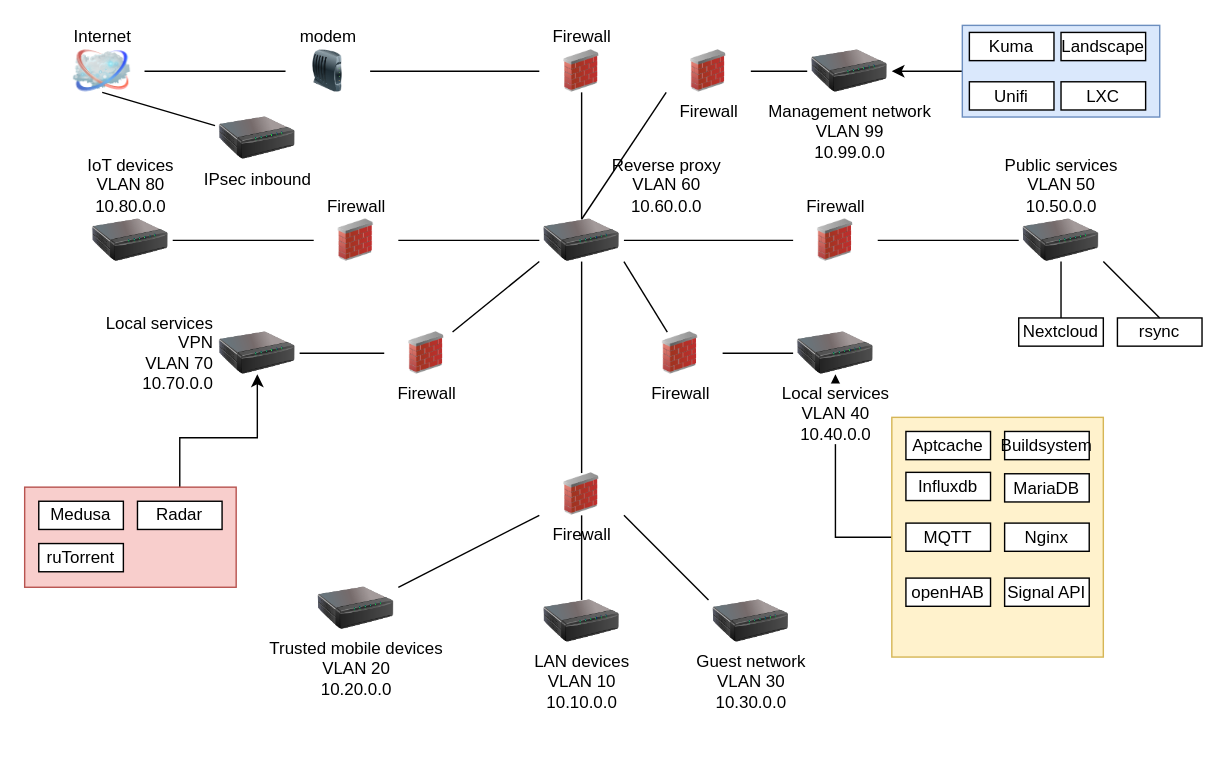
stefanheijnen/drawio keeps this draw.io diagram as 241105 network logical.drawio. Above is the earlier version. Source tidied: cells renumbered, new cells numbered last; positions are measured from the earlier drawing's top-left corner, leaving out a move shared by most shapes. Both pictures are drawn from the tidied source at 141%, with x=0, y=0 at pixel (24, 24).
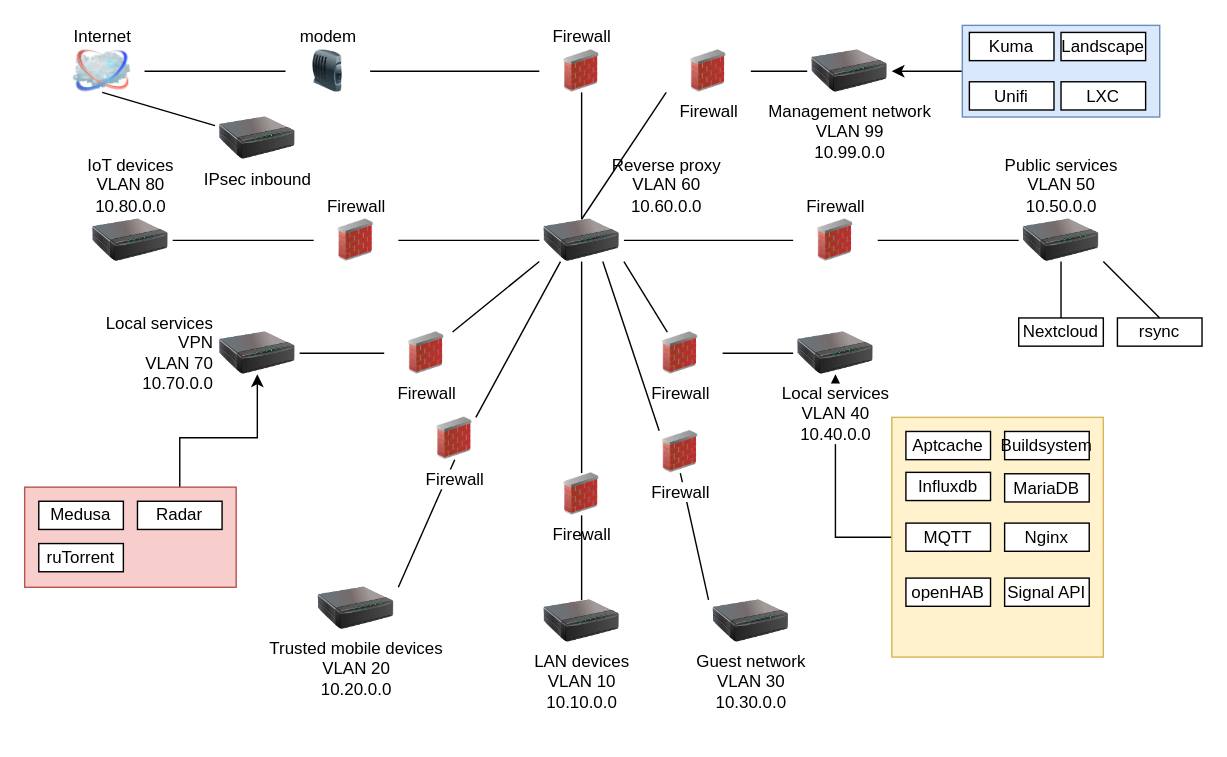
The same diagram, later.

Commit message:
Update 241111 corrected vlan 20 + 30.drawio

The change refers to these unchanged cells:
```xml
<mxCell id="6" value="&lt;div align=&quot;center&quot;&gt;Reverse proxy&lt;br&gt;&lt;/div&gt;&lt;div align=&quot;center&quot;&gt;VLAN 60&lt;br&gt;&lt;/div&gt;&lt;div align=&quot;center&quot;&gt;10.60.0.0&lt;br&gt;&lt;/div&gt;" style="image;html=1;image=img/lib/clip_art/networking/Print_Server_128x128.png;labelPosition=right;verticalLabelPosition=top;align=center;verticalAlign=bottom;" parent="1" vertex="1">
  <mxGeometry x="365" y="138" width="60" height="30" as="geometry" />
</mxCell>
<mxCell id="10" value="Firewall" style="html=1;labelBackgroundColor=default;image=img/lib/clip_art/networking/Firewall_02_128x128.png;rounded=1;shadow=0;comic=0;strokeWidth=2;fontSize=12;labelPosition=center;verticalLabelPosition=bottom;align=center;verticalAlign=top;shape=image;" parent="1" vertex="1">
  <mxGeometry x="365" y="318" width="60" height="30" as="geometry" />
</mxCell>
<mxCell id="15" value="Guest network&lt;br&gt;VLAN 30&lt;br&gt;10.30.0.0" style="html=1;labelBackgroundColor=default;image=img/lib/clip_art/networking/Print_Server_128x128.png;rounded=1;shadow=0;comic=0;strokeWidth=2;fontSize=12;labelPosition=center;verticalLabelPosition=bottom;align=center;verticalAlign=top;shape=image;" parent="1" vertex="1">
  <mxGeometry x="485" y="408" width="60" height="30" as="geometry" />
</mxCell>
<mxCell id="17" value="Trusted mobile devices&lt;br&gt;VLAN 20&lt;br&gt;10.20.0.0" style="html=1;labelBackgroundColor=default;image=img/lib/clip_art/networking/Print_Server_128x128.png;rounded=1;shadow=0;comic=0;strokeWidth=2;fontSize=12;labelPosition=center;verticalLabelPosition=bottom;align=center;verticalAlign=top;shape=image;" parent="1" vertex="1">
  <mxGeometry x="205" y="399" width="60" height="30" as="geometry" />
</mxCell>
```

What changed in the source:
```diff
@@
-    <mxCell id="16" style="endArrow=none;html=1;rounded=0;entryX=1;entryY=1;entryDx=0;entryDy=0;exitX=0;exitY=0;exitDx=0;exitDy=0;" parent="1" edge="1" source="15" target="10">
+    <mxCell id="16" style="endArrow=none;html=1;rounded=0;entryX=0.5;entryY=1;entryDx=0;entryDy=0;exitX=0;exitY=0;exitDx=0;exitDy=0;" parent="1" edge="1" source="15" target="68">
       <mxGeometry relative="1" as="geometry" />
     </mxCell>
@@
-    <mxCell id="18" style="endArrow=none;html=1;rounded=0;entryX=0;entryY=1;entryDx=0;entryDy=0;exitX=1;exitY=0;exitDx=0;exitDy=0;" parent="1" edge="1" source="17" target="10">
+    <mxCell id="18" style="endArrow=none;html=1;rounded=0;entryX=0.5;entryY=1;entryDx=0;entryDy=0;exitX=1;exitY=0;exitDx=0;exitDy=0;" parent="1" edge="1" source="17" target="67">
       <mxGeometry relative="1" as="geometry" />
     </mxCell>
@@
+    <mxCell id="67" value="Firewall" style="html=1;labelBackgroundColor=default;image=img/lib/clip_art/networking/Firewall_02_128x128.png;rounded=1;shadow=0;comic=0;strokeWidth=2;fontSize=12;labelPosition=center;verticalLabelPosition=bottom;align=center;verticalAlign=top;shape=image;" parent="1" vertex="1">
+      <mxGeometry x="275" y="278.5" width="60" height="30" as="geometry" />
+    </mxCell>
+    <mxCell id="68" value="Firewall" style="html=1;labelBackgroundColor=default;image=img/lib/clip_art/networking/Firewall_02_128x128.png;rounded=1;shadow=0;comic=0;strokeWidth=2;fontSize=12;labelPosition=center;verticalLabelPosition=bottom;align=center;verticalAlign=top;shape=image;" parent="1" vertex="1">
+      <mxGeometry x="435" y="288" width="60" height="30" as="geometry" />
+    </mxCell>
+    <mxCell id="69" style="endArrow=none;html=1;rounded=0;entryX=0.25;entryY=1;entryDx=0;entryDy=0;exitX=0.75;exitY=0;exitDx=0;exitDy=0;" parent="1" edge="1" source="67" target="6">
+      <mxGeometry relative="1" as="geometry" />
+    </mxCell>
+    <mxCell id="70" style="endArrow=none;html=1;rounded=0;entryX=0.75;entryY=1;entryDx=0;entryDy=0;exitX=0.25;exitY=0;exitDx=0;exitDy=0;" parent="1" edge="1" source="68" target="6">
+      <mxGeometry relative="1" as="geometry" />
+    </mxCell>
```
